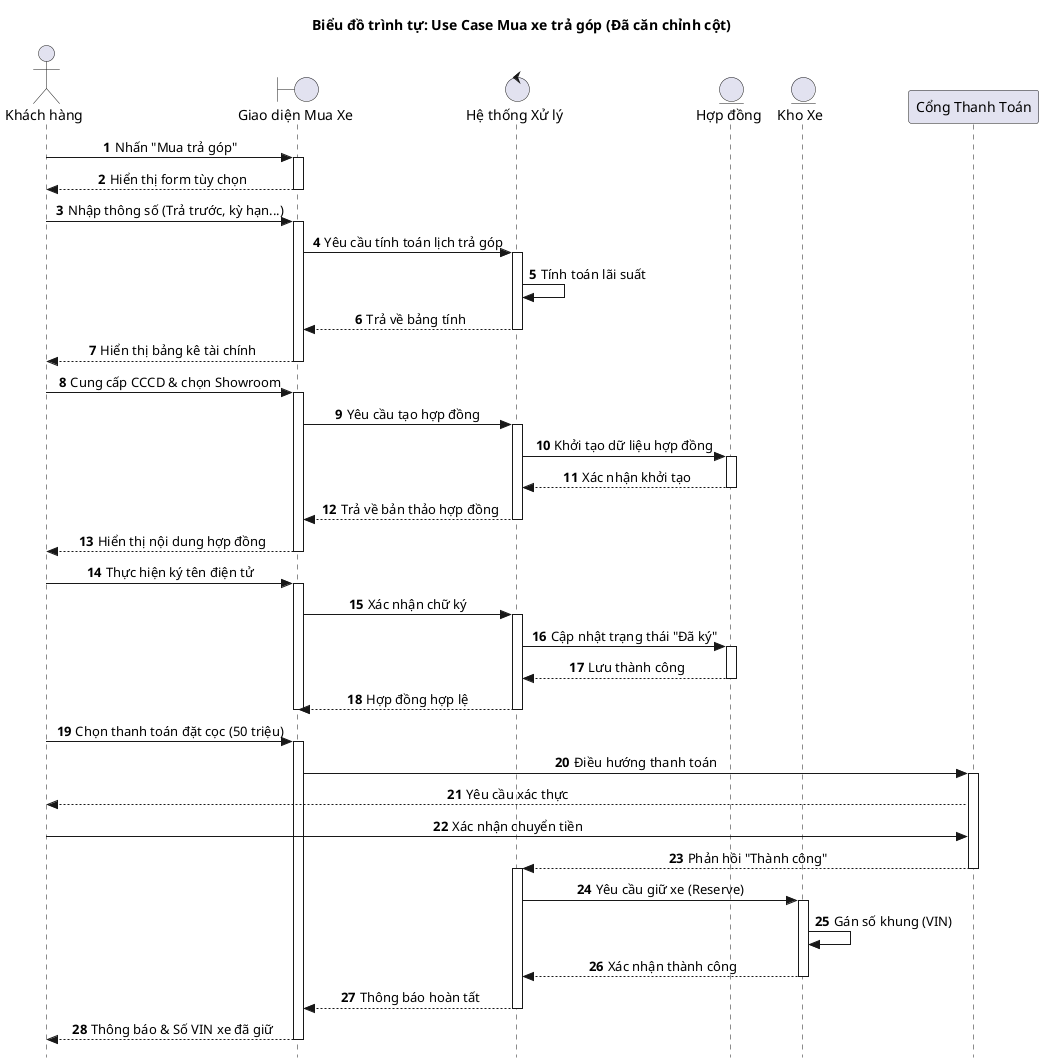
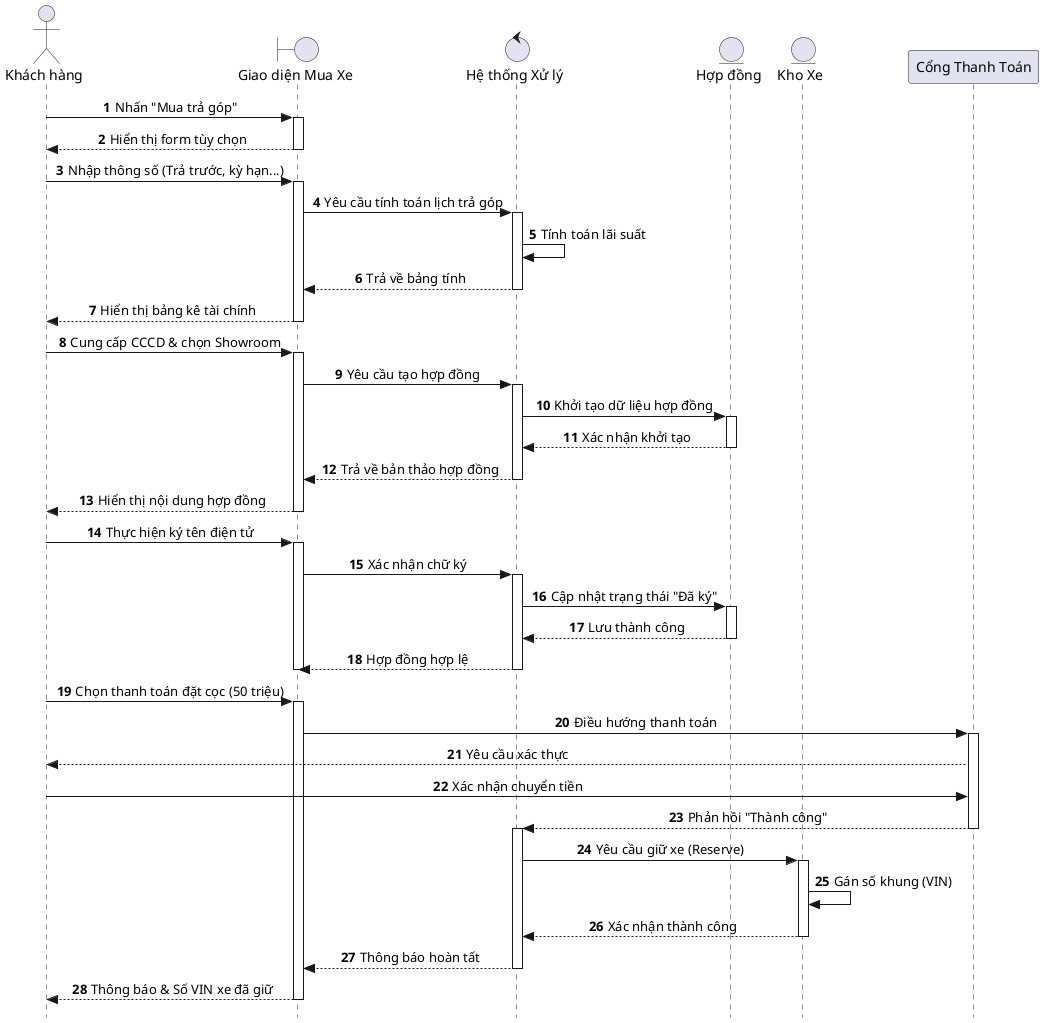
@startuml
skinparam style strictuml
skinparam sequenceMessageAlign center

' --- KHAI BÁO TẤT CẢ LÊN ĐẦU ĐỂ CÁC CỘT BẰNG NHAU ---
actor "Khách hàng" as User
boundary "Giao diện Mua Xe" as UI
control "Hệ thống Xử lý" as Controller
entity "Hợp đồng" as Contract
entity "Kho Xe" as Inventory
participant "Cổng Thanh Toán" as PaymentGateway

- title Biểu đồ trình tự: Use Case Mua xe trả góp (Đã căn chỉnh cột)

autonumber

User -> UI: Nhấn "Mua trả góp"
activate UI
    UI --> User: Hiển thị form tùy chọn
deactivate UI

User -> UI: Nhập thông số (Trả trước, kỳ hạn...)
activate UI
    UI -> Controller: Yêu cầu tính toán lịch trả góp
    activate Controller
        Controller -> Controller: Tính toán lãi suất
        Controller --> UI: Trả về bảng tính
    deactivate Controller
    UI --> User: Hiển thị bảng kê tài chính
deactivate UI

User -> UI: Cung cấp CCCD & chọn Showroom
activate UI
    UI -> Controller: Yêu cầu tạo hợp đồng
    activate Controller
        ' Thay vì dùng 'create', ta dùng 'activate' vì Contract đã có sẵn ở trên đầu
        Controller -> Contract: Khởi tạo dữ liệu hợp đồng
        activate Contract
        Contract --> Controller: Xác nhận khởi tạo
        deactivate Contract
        Controller --> UI: Trả về bản thảo hợp đồng
    deactivate Controller
    UI --> User: Hiển thị nội dung hợp đồng
deactivate UI

User -> UI: Thực hiện ký tên điện tử
activate UI
    UI -> Controller: Xác nhận chữ ký
    activate Controller
        Controller -> Contract: Cập nhật trạng thái "Đã ký"
        activate Contract
        Contract --> Controller: Lưu thành công
        deactivate Contract
        Controller --> UI: Hợp đồng hợp lệ
    deactivate Controller
deactivate UI

User -> UI: Chọn thanh toán đặt cọc (50 triệu)
activate UI
    UI -> PaymentGateway: Điều hướng thanh toán
    activate PaymentGateway
        PaymentGateway --> User: Yêu cầu xác thực
        User -> PaymentGateway: Xác nhận chuyển tiền
        PaymentGateway --> Controller: Phản hồi "Thành công"
    deactivate PaymentGateway

    activate Controller
        Controller -> Inventory: Yêu cầu giữ xe (Reserve)
        activate Inventory
            Inventory -> Inventory: Gán số khung (VIN)
            Inventory --> Controller: Xác nhận thành công
        deactivate Inventory
        Controller --> UI: Thông báo hoàn tất
    deactivate Controller

    UI --> User: Thông báo & Số VIN xe đã giữ
deactivate UI

@enduml